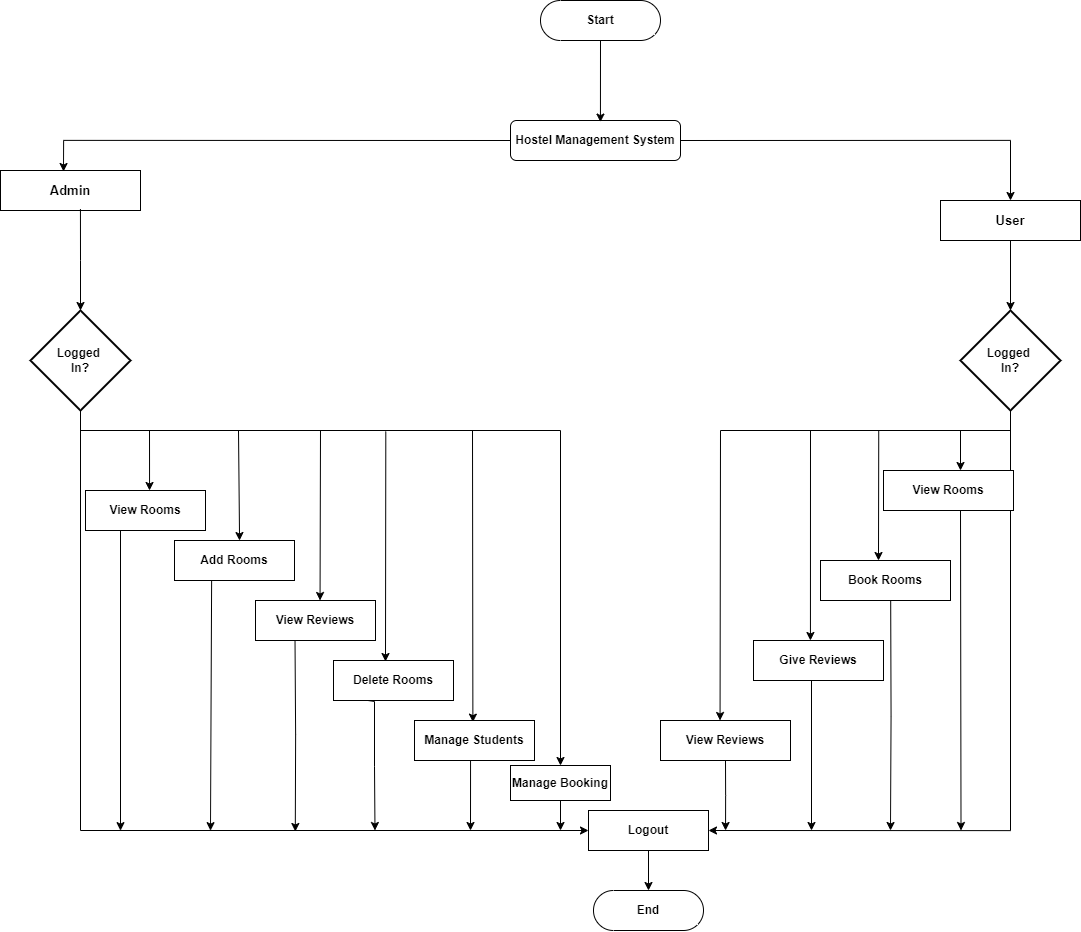
This is Diagrams/Flowchart.png from ItsSagar-git/Hostel-Management-System-Laravel, a draw.io export, as it was before one commit. Source tidied: cells renumbered, new cells last; positions are measured from the earlier drawing's top-left corner, leaving out a move shared by most shapes.
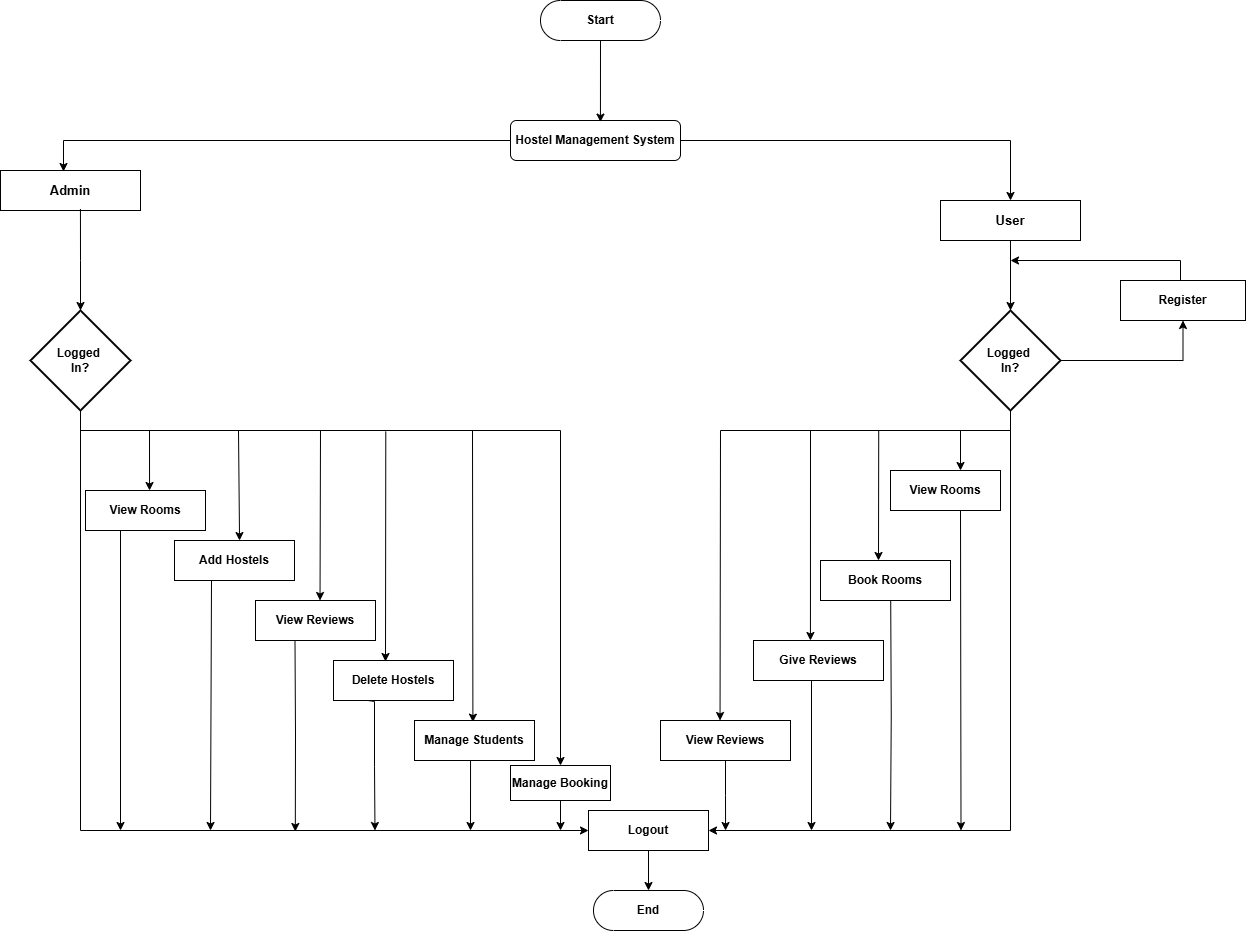
After the change.

Commit message:
Use Case and flowchart updated

What changed in the source:
```diff
@@ -24,6 +24,9 @@
         </Array>
       </mxGeometry>
     </mxCell>
+    <mxCell id="49" style="edgeStyle=orthogonalEdgeStyle;rounded=0;jettySize=auto;html=1;exitX=1;exitY=0.5;exitDx=0;exitDy=0;exitPerimeter=0;entryX=0.5;entryY=1;entryDx=0;entryDy=0;" parent="1" edge="1" source="8" target="50">
+      <mxGeometry relative="1" as="geometry" />
+    </mxCell>
     <mxCell id="8" value="&lt;b&gt;Logged&amp;nbsp;&lt;/b&gt;&lt;div&gt;&lt;b&gt;In?&lt;/b&gt;&lt;/div&gt;" style="strokeWidth=2;html=1;shape=mxgraph.flowchart.decision;whiteSpace=wrap;" parent="1" vertex="1">
       <mxGeometry x="960" y="310" width="100" height="100" as="geometry" />
     </mxCell>
@@ -86,7 +89,7 @@
         </Array>
       </mxGeometry>
     </mxCell>
-    <mxCell id="20" value="&lt;b&gt;Add Rooms&lt;/b&gt;" style="rounded=0;whiteSpace=wrap;html=1;" parent="1" vertex="1">
+    <mxCell id="20" value="&lt;b&gt;Add Hostels&lt;/b&gt;" style="rounded=0;whiteSpace=wrap;html=1;" parent="1" vertex="1">
       <mxGeometry x="174" y="540" width="120" height="40" as="geometry" />
     </mxCell>
     <mxCell id="21" style="edgeStyle=orthogonalEdgeStyle;rounded=0;orthogonalLoop=1;jettySize=auto;html=1;exitX=0.329;exitY=1.025;exitDx=0;exitDy=0;exitPerimeter=0;" parent="1" edge="1">
@@ -109,7 +112,7 @@
         </Array>
       </mxGeometry>
     </mxCell>
-    <mxCell id="24" value="&lt;b&gt;Delete Rooms&lt;/b&gt;" style="rounded=0;whiteSpace=wrap;html=1;" parent="1" vertex="1">
+    <mxCell id="24" value="&lt;b&gt;Delete Hostels&lt;/b&gt;" style="rounded=0;whiteSpace=wrap;html=1;" parent="1" vertex="1">
       <mxGeometry x="333" y="660" width="120" height="40" as="geometry" />
     </mxCell>
     <mxCell id="25" style="endArrow=classic;html=1;rounded=0;entryX=0.417;entryY=0;entryDx=0;entryDy=0;entryPerimeter=0;" parent="1" edge="1">
@@ -158,7 +161,7 @@
       <mxGeometry x="660" y="720" width="130" height="40" as="geometry" />
     </mxCell>
     <mxCell id="33" value="&lt;b&gt;View Rooms&lt;/b&gt;" style="rounded=0;whiteSpace=wrap;html=1;" parent="1" vertex="1">
-      <mxGeometry x="883" y="470" width="130" height="40" as="geometry" />
+      <mxGeometry x="890" y="470" width="110" height="40" as="geometry" />
     </mxCell>
     <mxCell id="34" style="edgeStyle=orthogonalEdgeStyle;rounded=0;orthogonalLoop=1;jettySize=auto;html=1;exitX=0.75;exitY=1;exitDx=0;exitDy=0;" parent="1" edge="1">
       <mxGeometry relative="1" as="geometry">
@@ -234,5 +237,17 @@
     <mxCell id="48" value="&lt;b&gt;Manage Booking&lt;/b&gt;" style="rounded=0;whiteSpace=wrap;html=1;" parent="1" vertex="1">
       <mxGeometry x="510" y="765" width="100" height="35" as="geometry" />
     </mxCell>
+    <mxCell id="50" value="&lt;b&gt;Register&lt;/b&gt;" style="rounded=0;whiteSpace=wrap;html=1;" parent="1" vertex="1">
+      <mxGeometry x="1120" y="280" width="125" height="40" as="geometry" />
+    </mxCell>
+    <mxCell id="51" style="endArrow=classic;html=1;rounded=0;exitX=0.5;exitY=0;exitDx=0;exitDy=0;" parent="1" edge="1" source="50">
+      <mxGeometry relative="1" as="geometry">
+        <mxPoint x="1010" y="260" as="targetPoint" />
+        <Array as="points">
+          <mxPoint x="1180" y="280" />
+          <mxPoint x="1180" y="260" />
+        </Array>
+      </mxGeometry>
+    </mxCell>
   </root>
 </mxGraphModel>
```
